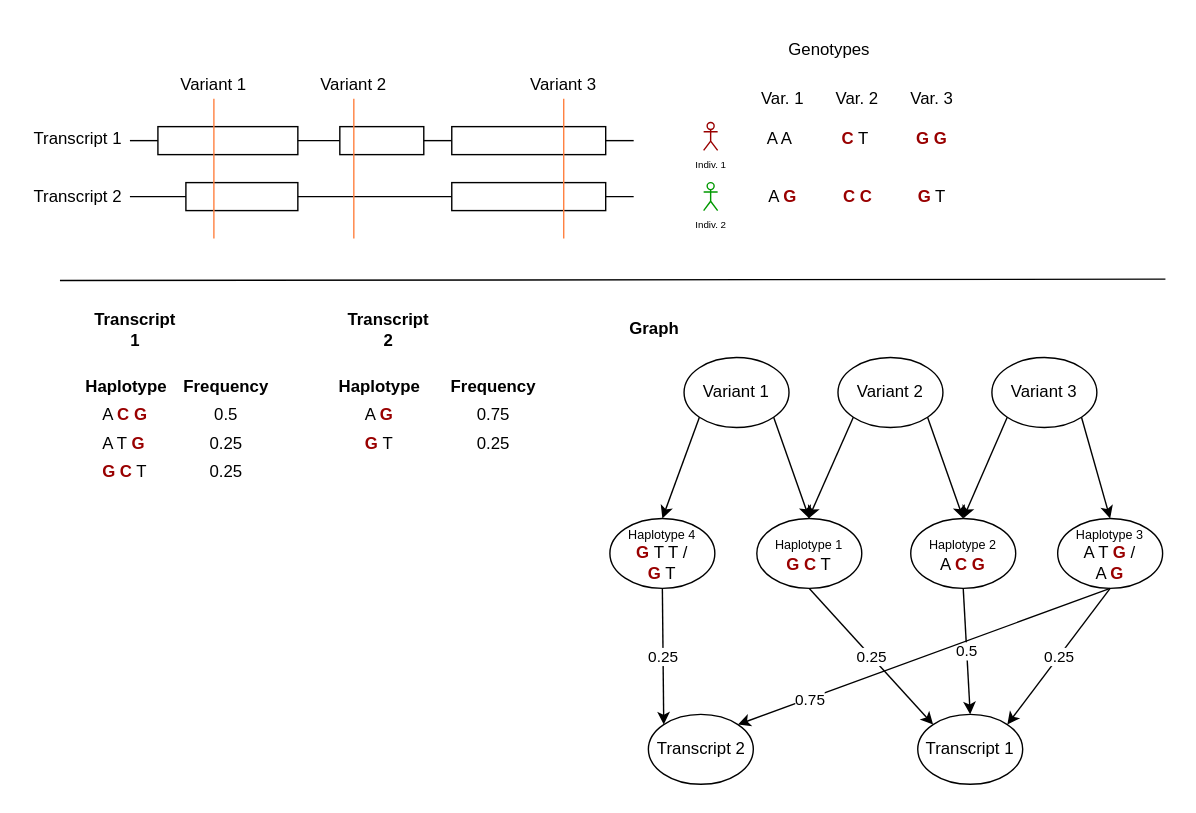
ProGenNo/ProHap_Graph keeps this draw.io diagram as docs/ProHap_Frequency_explainer.svg. Above is the earlier version. Source tidied: cells renumbered, new cells last; positions are measured from the earlier drawing's top-left corner, leaving out a move shared by most shapes.
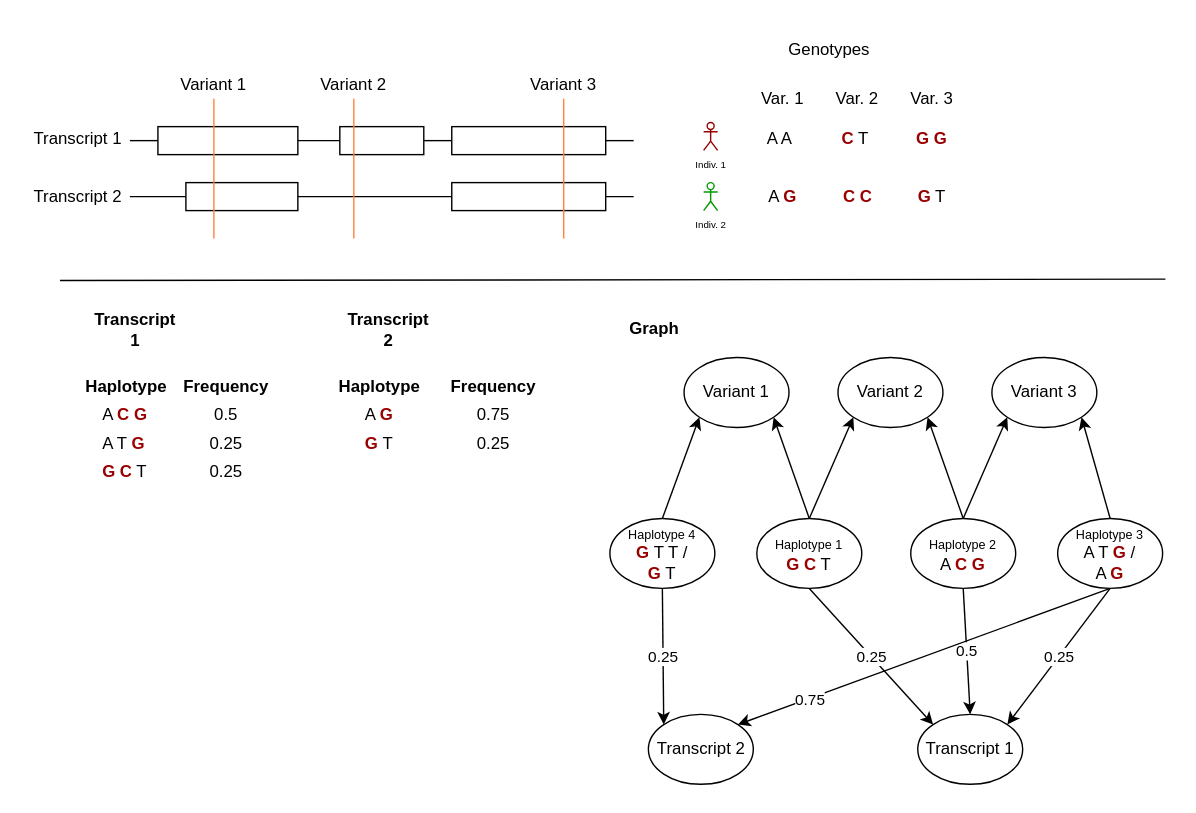
Later version of the same file.

Commit message:
add figure on haplotype frequencies

The edit, as a diff of the source:
```diff
@@ -132,26 +132,6 @@
     <mxCell id="38" value="&lt;div&gt;&lt;font style=&quot;font-size: 9px;&quot;&gt;Haplotype 4&lt;/font&gt;&lt;/div&gt;&lt;div&gt;&lt;div&gt;&lt;span style=&quot;color: rgb(153, 0, 0);&quot;&gt;&lt;b&gt;G &lt;/b&gt;&lt;/span&gt;T T / &lt;br&gt;&lt;div&gt;&lt;span style=&quot;color: rgb(153, 0, 0);&quot;&gt;&lt;b&gt;G&lt;/b&gt;&lt;/span&gt; T&lt;/div&gt;&lt;/div&gt;&lt;/div&gt;" style="ellipse;whiteSpace=wrap;html=1;" parent="1" vertex="1">
       <mxGeometry x="415" y="350" width="75" height="50" as="geometry" />
     </mxCell>
-    <mxCell id="39" style="endArrow=classic;html=1;rounded=0;exitX=0;exitY=1;exitDx=0;exitDy=0;entryX=0.5;entryY=0;entryDx=0;entryDy=0;" parent="1" edge="1" source="32" target="38">
-      <mxGeometry relative="1" as="geometry" />
-    </mxCell>
-    <mxCell id="40" style="endArrow=classic;html=1;rounded=0;exitX=1;exitY=1;exitDx=0;exitDy=0;entryX=0.5;entryY=0;entryDx=0;entryDy=0;" parent="1" edge="1" source="32" target="35">
-      <mxGeometry relative="1" as="geometry" />
-    </mxCell>
-    <mxCell id="41" style="endArrow=classic;html=1;rounded=0;exitX=0;exitY=1;exitDx=0;exitDy=0;" parent="1" edge="1" source="33">
-      <mxGeometry relative="1" as="geometry">
-        <mxPoint x="557" y="350" as="targetPoint" />
-      </mxGeometry>
-    </mxCell>
-    <mxCell id="42" style="endArrow=classic;html=1;rounded=0;exitX=1;exitY=1;exitDx=0;exitDy=0;entryX=0.5;entryY=0;entryDx=0;entryDy=0;" parent="1" edge="1" source="33" target="36">
-      <mxGeometry relative="1" as="geometry" />
-    </mxCell>
-    <mxCell id="43" style="endArrow=classic;html=1;rounded=0;exitX=0;exitY=1;exitDx=0;exitDy=0;entryX=0.5;entryY=0;entryDx=0;entryDy=0;" parent="1" edge="1" source="34" target="36">
-      <mxGeometry relative="1" as="geometry" />
-    </mxCell>
-    <mxCell id="44" style="endArrow=classic;html=1;rounded=0;exitX=1;exitY=1;exitDx=0;exitDy=0;entryX=0.5;entryY=0;entryDx=0;entryDy=0;" parent="1" edge="1" source="34" target="37">
-      <mxGeometry relative="1" as="geometry" />
-    </mxCell>
     <mxCell id="45" value="Transcript 1" style="ellipse;whiteSpace=wrap;html=1;" parent="1" vertex="1">
       <mxGeometry x="635" y="490" width="75" height="50" as="geometry" />
     </mxCell>
@@ -190,5 +170,23 @@
         <mxPoint x="-82" y="31" as="offset" />
       </mxGeometry>
     </mxCell>
+    <mxCell id="57" style="endArrow=classic;html=1;rounded=0;exitX=0.5;exitY=0;exitDx=0;exitDy=0;entryX=0;entryY=1;entryDx=0;entryDy=0;" parent="1" edge="1" source="38" target="32">
+      <mxGeometry relative="1" as="geometry" />
+    </mxCell>
+    <mxCell id="58" style="endArrow=classic;html=1;rounded=0;exitX=0.5;exitY=0;exitDx=0;exitDy=0;entryX=1;entryY=1;entryDx=0;entryDy=0;" parent="1" edge="1" source="35" target="32">
+      <mxGeometry relative="1" as="geometry" />
+    </mxCell>
+    <mxCell id="59" style="endArrow=classic;html=1;rounded=0;exitX=0.5;exitY=0;exitDx=0;exitDy=0;entryX=0;entryY=1;entryDx=0;entryDy=0;" parent="1" edge="1" source="35" target="33">
+      <mxGeometry relative="1" as="geometry" />
+    </mxCell>
+    <mxCell id="60" style="endArrow=classic;html=1;rounded=0;exitX=0.5;exitY=0;exitDx=0;exitDy=0;entryX=1;entryY=1;entryDx=0;entryDy=0;" parent="1" edge="1" source="36" target="33">
+      <mxGeometry relative="1" as="geometry" />
+    </mxCell>
+    <mxCell id="61" style="endArrow=classic;html=1;rounded=0;exitX=0.5;exitY=0;exitDx=0;exitDy=0;entryX=0;entryY=1;entryDx=0;entryDy=0;" parent="1" edge="1" source="36" target="34">
+      <mxGeometry relative="1" as="geometry" />
+    </mxCell>
+    <mxCell id="62" style="endArrow=classic;html=1;rounded=0;exitX=0.5;exitY=0;exitDx=0;exitDy=0;entryX=1;entryY=1;entryDx=0;entryDy=0;" parent="1" edge="1" source="37" target="34">
+      <mxGeometry relative="1" as="geometry" />
+    </mxCell>
   </root>
 </mxGraphModel>
```
